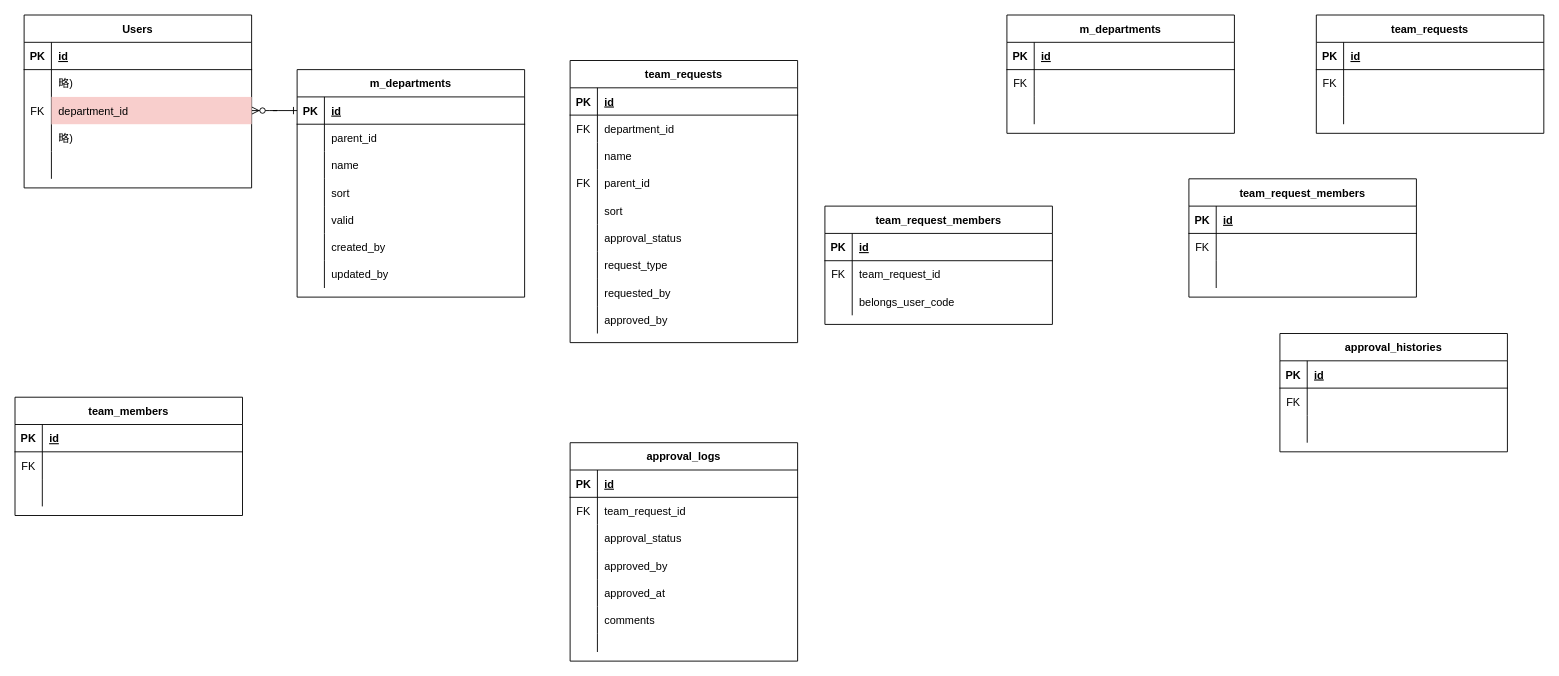
This is rose.drawio from satohirok/twitter_clone_ER, a draw.io file, before an edit. Source tidied: cells renumbered, new cells numbered last; positions are measured from the earlier drawing's top-left corner, leaving out a move shared by most shapes. Both pictures are drawn from the tidied source at 91%, with x=0, y=0 at pixel (15, 15).
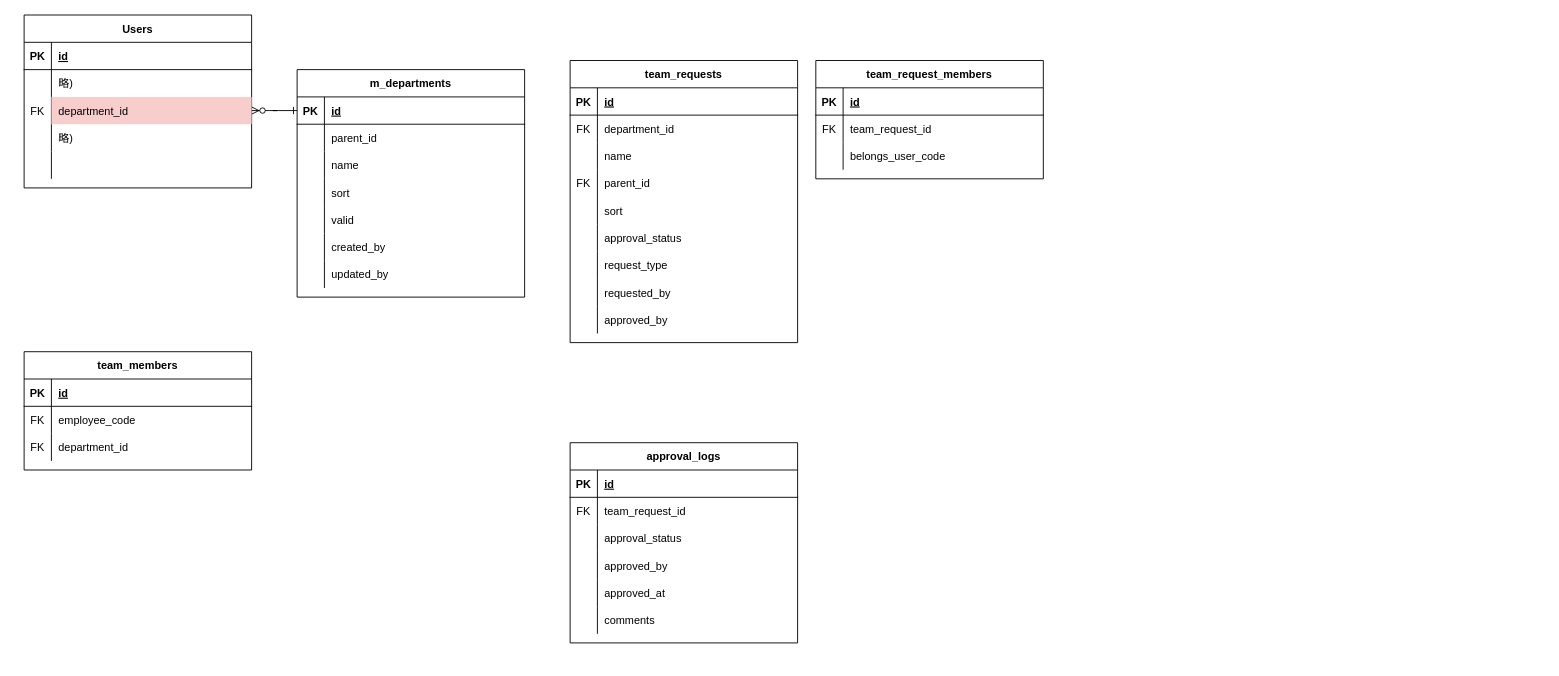
The same diagram, later.

Commit message (it also covers changes not shown here):
rose.drawio を更新します

The change refers to these unchanged cells:
```xml
<mxCell id="73" style="shape=partialRectangle;fillColor=none;top=0;left=0;right=0;bottom=0;" parent="69" vertex="1">
  <mxGeometry y="60" width="250" height="30" as="geometry" />
</mxCell>
<mxCell id="76" style="shape=partialRectangle;fillColor=none;top=0;left=0;right=0;bottom=0;" parent="69" vertex="1">
  <mxGeometry y="90" width="250" height="30" as="geometry" />
</mxCell>
```

What changed in the source:
```diff
@@
     <mxCell id="69" value="team_members" style="shape=table;startSize=30;childLayout=tableLayout;rowLines=0;fontStyle=1;align=center;" parent="1" vertex="1">
-      <mxGeometry y="420" width="250" height="130" as="geometry" />
+      <mxGeometry x="10" y="370" width="250" height="130" as="geometry" />
     </mxCell>
@@
-    <mxCell id="75" style="shape=partialRectangle;overflow=hidden;fillColor=none;top=0;left=0;bottom=0;right=0;align=left;spacingLeft=6;" parent="73" vertex="1">
+    <mxCell id="75" value="employee_code" style="shape=partialRectangle;overflow=hidden;fillColor=none;top=0;left=0;bottom=0;right=0;align=left;spacingLeft=6;" parent="73" vertex="1">
       <mxGeometry x="30" width="220" height="30" as="geometry" />
     </mxCell>
@@
-    <mxCell id="77" style="shape=partialRectangle;overflow=hidden;fillColor=none;top=0;left=0;bottom=0;right=0;" parent="76" vertex="1">
+    <mxCell id="77" value="FK" style="shape=partialRectangle;overflow=hidden;fillColor=none;top=0;left=0;bottom=0;right=0;" parent="76" vertex="1">
       <mxGeometry width="30" height="30" as="geometry" />
     </mxCell>
-    <mxCell id="78" style="shape=partialRectangle;overflow=hidden;fillColor=none;top=0;left=0;bottom=0;right=0;align=left;spacingLeft=6;" parent="76" vertex="1">
+    <mxCell id="78" value="department_id" style="shape=partialRectangle;overflow=hidden;fillColor=none;top=0;left=0;bottom=0;right=0;align=left;spacingLeft=6;" parent="76" vertex="1">
       <mxGeometry x="30" width="220" height="30" as="geometry" />
     </mxCell>
     <mxCell id="79" value="approval_logs" style="shape=table;startSize=30;childLayout=tableLayout;rowLines=0;fontStyle=1;align=center;" parent="1" vertex="1">
-      <mxGeometry x="610" y="470" width="250" height="240" as="geometry" />
+      <mxGeometry x="610" y="470" width="250" height="220" as="geometry" />
     </mxCell>
@@
-    <mxCell id="98" style="shape=partialRectangle;fillColor=none;top=0;left=0;right=0;bottom=0;" parent="79" vertex="1">
-      <mxGeometry y="210" width="250" height="20" as="geometry" />
-    </mxCell>
-    <mxCell id="99" style="shape=partialRectangle;overflow=hidden;fillColor=none;top=0;left=0;bottom=0;right=0;" parent="98" vertex="1">
-      <mxGeometry width="30" height="20" as="geometry" />
-    </mxCell>
-    <mxCell id="100" style="shape=partialRectangle;overflow=hidden;fillColor=none;top=0;left=0;bottom=0;right=0;align=left;spacingLeft=6;" parent="98" vertex="1">
-      <mxGeometry x="30" width="220" height="20" as="geometry" />
-    </mxCell>
     <mxCell id="101" value="team_request_members" style="shape=table;startSize=30;childLayout=tableLayout;rowLines=0;fontStyle=1;align=center;" parent="1" vertex="1">
-      <mxGeometry x="890" y="210" width="250" height="130" as="geometry" />
+      <mxGeometry x="880" y="50" width="250" height="130" as="geometry" />
     </mxCell>
@@
-    <mxCell id="111" value="m_departments" style="shape=table;startSize=30;childLayout=tableLayout;rowLines=0;fontStyle=1;align=center;" parent="1" vertex="1">
-      <mxGeometry x="1090" width="250" height="130" as="geometry" />
-    </mxCell>
-    <mxCell id="112" style="shape=partialRectangle;fillColor=none;top=0;left=0;right=0;bottom=1;" parent="111" vertex="1">
-      <mxGeometry y="30" width="250" height="30" as="geometry" />
-    </mxCell>
-    <mxCell id="113" value="PK" style="shape=partialRectangle;overflow=hidden;fillColor=none;top=0;left=0;bottom=0;right=0;fontStyle=1;" parent="112" vertex="1">
-      <mxGeometry width="30" height="30" as="geometry" />
-    </mxCell>
-    <mxCell id="114" value="id" style="shape=partialRectangle;overflow=hidden;fillColor=none;top=0;left=0;bottom=0;right=0;align=left;spacingLeft=6;fontStyle=5;" parent="112" vertex="1">
-      <mxGeometry x="30" width="220" height="30" as="geometry" />
-    </mxCell>
-    <mxCell id="115" style="shape=partialRectangle;fillColor=none;top=0;left=0;right=0;bottom=0;" parent="111" vertex="1">
-      <mxGeometry y="60" width="250" height="30" as="geometry" />
-    </mxCell>
-    <mxCell id="116" value="FK" style="shape=partialRectangle;overflow=hidden;fillColor=none;top=0;left=0;bottom=0;right=0;" parent="115" vertex="1">
-      <mxGeometry width="30" height="30" as="geometry" />
-    </mxCell>
-    <mxCell id="117" style="shape=partialRectangle;overflow=hidden;fillColor=none;top=0;left=0;bottom=0;right=0;align=left;spacingLeft=6;" parent="115" vertex="1">
-      <mxGeometry x="30" width="220" height="30" as="geometry" />
-    </mxCell>
-    <mxCell id="118" style="shape=partialRectangle;fillColor=none;top=0;left=0;right=0;bottom=0;" parent="111" vertex="1">
-      <mxGeometry y="90" width="250" height="30" as="geometry" />
-    </mxCell>
-    <mxCell id="119" style="shape=partialRectangle;overflow=hidden;fillColor=none;top=0;left=0;bottom=0;right=0;" parent="118" vertex="1">
-      <mxGeometry width="30" height="30" as="geometry" />
-    </mxCell>
-    <mxCell id="120" style="shape=partialRectangle;overflow=hidden;fillColor=none;top=0;left=0;bottom=0;right=0;align=left;spacingLeft=6;" parent="118" vertex="1">
-      <mxGeometry x="30" width="220" height="30" as="geometry" />
-    </mxCell>
-    <mxCell id="121" value="team_requests" style="shape=table;startSize=30;childLayout=tableLayout;rowLines=0;fontStyle=1;align=center;" parent="1" vertex="1">
-      <mxGeometry x="1430" width="250" height="130" as="geometry" />
-    </mxCell>
-    <mxCell id="122" style="shape=partialRectangle;fillColor=none;top=0;left=0;right=0;bottom=1;" parent="121" vertex="1">
-      <mxGeometry y="30" width="250" height="30" as="geometry" />
-    </mxCell>
-    <mxCell id="123" value="PK" style="shape=partialRectangle;overflow=hidden;fillColor=none;top=0;left=0;bottom=0;right=0;fontStyle=1;" parent="122" vertex="1">
-      <mxGeometry width="30" height="30" as="geometry" />
-    </mxCell>
-    <mxCell id="124" value="id" style="shape=partialRectangle;overflow=hidden;fillColor=none;top=0;left=0;bottom=0;right=0;align=left;spacingLeft=6;fontStyle=5;" parent="122" vertex="1">
-      <mxGeometry x="30" width="220" height="30" as="geometry" />
-    </mxCell>
-    <mxCell id="125" style="shape=partialRectangle;fillColor=none;top=0;left=0;right=0;bottom=0;" parent="121" vertex="1">
-      <mxGeometry y="60" width="250" height="30" as="geometry" />
-    </mxCell>
-    <mxCell id="126" value="FK" style="shape=partialRectangle;overflow=hidden;fillColor=none;top=0;left=0;bottom=0;right=0;" parent="125" vertex="1">
-      <mxGeometry width="30" height="30" as="geometry" />
-    </mxCell>
-    <mxCell id="127" style="shape=partialRectangle;overflow=hidden;fillColor=none;top=0;left=0;bottom=0;right=0;align=left;spacingLeft=6;" parent="125" vertex="1">
-      <mxGeometry x="30" width="220" height="30" as="geometry" />
-    </mxCell>
-    <mxCell id="128" style="shape=partialRectangle;fillColor=none;top=0;left=0;right=0;bottom=0;" parent="121" vertex="1">
-      <mxGeometry y="90" width="250" height="30" as="geometry" />
-    </mxCell>
-    <mxCell id="129" style="shape=partialRectangle;overflow=hidden;fillColor=none;top=0;left=0;bottom=0;right=0;" parent="128" vertex="1">
-      <mxGeometry width="30" height="30" as="geometry" />
-    </mxCell>
-    <mxCell id="130" style="shape=partialRectangle;overflow=hidden;fillColor=none;top=0;left=0;bottom=0;right=0;align=left;spacingLeft=6;" parent="128" vertex="1">
-      <mxGeometry x="30" width="220" height="30" as="geometry" />
-    </mxCell>
-    <mxCell id="131" value="approval_histories" style="shape=table;startSize=30;childLayout=tableLayout;rowLines=0;fontStyle=1;align=center;" parent="1" vertex="1">
-      <mxGeometry x="1390" y="350" width="250" height="130" as="geometry" />
-    </mxCell>
-    <mxCell id="132" style="shape=partialRectangle;fillColor=none;top=0;left=0;right=0;bottom=1;" parent="131" vertex="1">
-      <mxGeometry y="30" width="250" height="30" as="geometry" />
-    </mxCell>
-    <mxCell id="133" value="PK" style="shape=partialRectangle;overflow=hidden;fillColor=none;top=0;left=0;bottom=0;right=0;fontStyle=1;" parent="132" vertex="1">
-      <mxGeometry width="30" height="30" as="geometry" />
-    </mxCell>
-    <mxCell id="134" value="id" style="shape=partialRectangle;overflow=hidden;fillColor=none;top=0;left=0;bottom=0;right=0;align=left;spacingLeft=6;fontStyle=5;" parent="132" vertex="1">
-      <mxGeometry x="30" width="220" height="30" as="geometry" />
-    </mxCell>
-    <mxCell id="135" style="shape=partialRectangle;fillColor=none;top=0;left=0;right=0;bottom=0;" parent="131" vertex="1">
-      <mxGeometry y="60" width="250" height="30" as="geometry" />
-    </mxCell>
-    <mxCell id="136" value="FK" style="shape=partialRectangle;overflow=hidden;fillColor=none;top=0;left=0;bottom=0;right=0;" parent="135" vertex="1">
-      <mxGeometry width="30" height="30" as="geometry" />
-    </mxCell>
-    <mxCell id="137" style="shape=partialRectangle;overflow=hidden;fillColor=none;top=0;left=0;bottom=0;right=0;align=left;spacingLeft=6;" parent="135" vertex="1">
-      <mxGeometry x="30" width="220" height="30" as="geometry" />
-    </mxCell>
-    <mxCell id="138" style="shape=partialRectangle;fillColor=none;top=0;left=0;right=0;bottom=0;" parent="131" vertex="1">
-      <mxGeometry y="90" width="250" height="30" as="geometry" />
-    </mxCell>
-    <mxCell id="139" style="shape=partialRectangle;overflow=hidden;fillColor=none;top=0;left=0;bottom=0;right=0;" parent="138" vertex="1">
-      <mxGeometry width="30" height="30" as="geometry" />
-    </mxCell>
-    <mxCell id="140" style="shape=partialRectangle;overflow=hidden;fillColor=none;top=0;left=0;bottom=0;right=0;align=left;spacingLeft=6;" parent="138" vertex="1">
-      <mxGeometry x="30" width="220" height="30" as="geometry" />
-    </mxCell>
-    <mxCell id="141" value="team_request_members" style="shape=table;startSize=30;childLayout=tableLayout;rowLines=0;fontStyle=1;align=center;" parent="1" vertex="1">
-      <mxGeometry x="1290" y="180" width="250" height="130" as="geometry" />
-    </mxCell>
-    <mxCell id="142" style="shape=partialRectangle;fillColor=none;top=0;left=0;right=0;bottom=1;" parent="141" vertex="1">
-      <mxGeometry y="30" width="250" height="30" as="geometry" />
-    </mxCell>
-    <mxCell id="143" value="PK" style="shape=partialRectangle;overflow=hidden;fillColor=none;top=0;left=0;bottom=0;right=0;fontStyle=1;" parent="142" vertex="1">
-      <mxGeometry width="30" height="30" as="geometry" />
-    </mxCell>
-    <mxCell id="144" value="id" style="shape=partialRectangle;overflow=hidden;fillColor=none;top=0;left=0;bottom=0;right=0;align=left;spacingLeft=6;fontStyle=5;" parent="142" vertex="1">
-      <mxGeometry x="30" width="220" height="30" as="geometry" />
-    </mxCell>
-    <mxCell id="145" style="shape=partialRectangle;fillColor=none;top=0;left=0;right=0;bottom=0;" parent="141" vertex="1">
-      <mxGeometry y="60" width="250" height="30" as="geometry" />
-    </mxCell>
-    <mxCell id="146" value="FK" style="shape=partialRectangle;overflow=hidden;fillColor=none;top=0;left=0;bottom=0;right=0;" parent="145" vertex="1">
-      <mxGeometry width="30" height="30" as="geometry" />
-    </mxCell>
-    <mxCell id="147" style="shape=partialRectangle;overflow=hidden;fillColor=none;top=0;left=0;bottom=0;right=0;align=left;spacingLeft=6;" parent="145" vertex="1">
-      <mxGeometry x="30" width="220" height="30" as="geometry" />
-    </mxCell>
-    <mxCell id="148" style="shape=partialRectangle;fillColor=none;top=0;left=0;right=0;bottom=0;" parent="141" vertex="1">
-      <mxGeometry y="90" width="250" height="30" as="geometry" />
-    </mxCell>
-    <mxCell id="149" style="shape=partialRectangle;overflow=hidden;fillColor=none;top=0;left=0;bottom=0;right=0;" parent="148" vertex="1">
-      <mxGeometry width="30" height="30" as="geometry" />
-    </mxCell>
-    <mxCell id="150" style="shape=partialRectangle;overflow=hidden;fillColor=none;top=0;left=0;bottom=0;right=0;align=left;spacingLeft=6;" parent="148" vertex="1">
-      <mxGeometry x="30" width="220" height="30" as="geometry" />
-    </mxCell>
```
